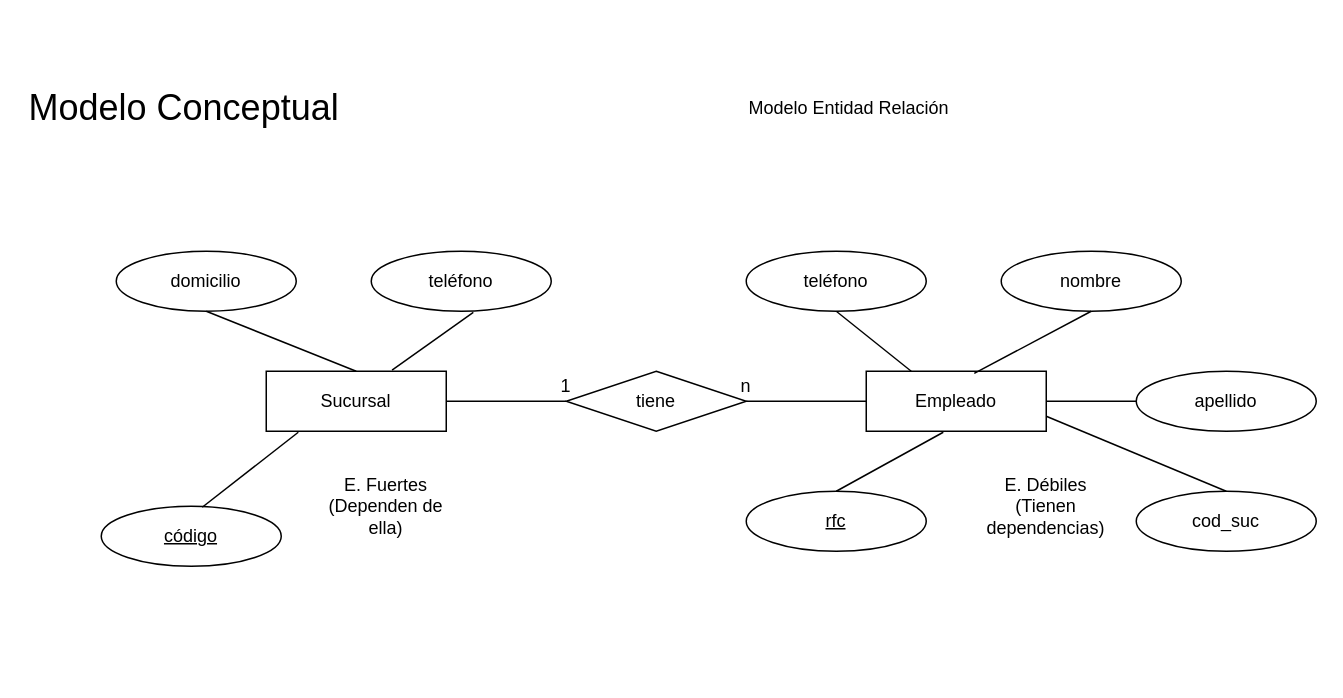
Earlier version of the draw.io diagram M03DB/S02/Editorial-b.drawio (G-Moll/EDC_ZR_SAB_2025_02_22_13HRS). Source tidied: cells renumbered, new cells numbered last; positions are measured from the earlier drawing's top-left corner, leaving out a move shared by most shapes. Both pictures are drawn from the tidied source at 150%, with x=0, y=0 at pixel (26, 86).
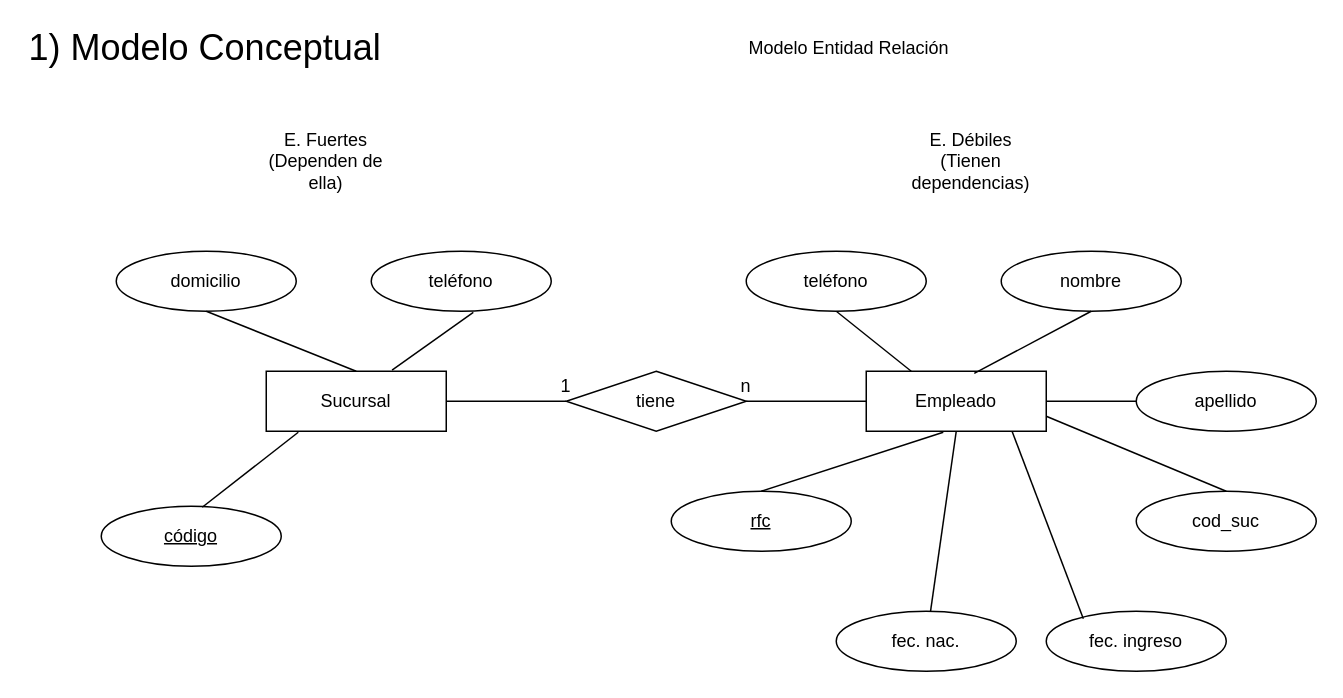
The same diagram, later.

Unchanged cells that the change refers to:
```xml
<mxCell id="10" value="Empleado" style="rounded=0;whiteSpace=wrap;html=1;" parent="1" vertex="1">
  <mxGeometry x="560" y="190" width="120" height="40" as="geometry" />
</mxCell>
```

Change to the diagram source:
```diff
@@
-    <mxCell id="2" value="Modelo Conceptual" style="text;html=1;align=left;verticalAlign=middle;whiteSpace=wrap;rounded=0;fontSize=24;" parent="1" vertex="1">
-      <mxGeometry width="220" height="30" as="geometry" />
+    <mxCell id="2" value="1) Modelo Conceptual" style="text;html=1;align=left;verticalAlign=middle;whiteSpace=wrap;rounded=0;fontSize=24;" parent="1" vertex="1">
+      <mxGeometry y="-40" width="320" height="30" as="geometry" />
     </mxCell>
@@
     <mxCell id="13" value="&lt;u&gt;rfc&lt;/u&gt;" style="ellipse;whiteSpace=wrap;html=1;" parent="1" vertex="1">
-      <mxGeometry x="480" y="270" width="120" height="40" as="geometry" />
+      <mxGeometry x="430" y="270" width="120" height="40" as="geometry" />
     </mxCell>
@@
     <mxCell id="19" value="Modelo Entidad Relación" style="text;html=1;align=left;verticalAlign=middle;whiteSpace=wrap;rounded=0;" parent="1" vertex="1">
-      <mxGeometry x="480" width="190" height="30" as="geometry" />
+      <mxGeometry x="480" y="-40" width="190" height="30" as="geometry" />
     </mxCell>
@@
     <mxCell id="27" value="E. Fuertes (Dependen de ella)" style="text;html=1;align=center;verticalAlign=middle;whiteSpace=wrap;rounded=0;" parent="1" vertex="1">
-      <mxGeometry x="200" y="250" width="80" height="60" as="geometry" />
+      <mxGeometry x="160" y="20" width="80" height="60" as="geometry" />
     </mxCell>
     <mxCell id="28" value="E. Débiles (Tienen dependencias)" style="text;html=1;align=center;verticalAlign=middle;whiteSpace=wrap;rounded=0;" parent="1" vertex="1">
-      <mxGeometry x="640" y="250" width="80" height="60" as="geometry" />
+      <mxGeometry x="590" y="20" width="80" height="60" as="geometry" />
     </mxCell>
+    <mxCell id="29" value="fec. nac." style="ellipse;whiteSpace=wrap;html=1;" parent="1" vertex="1">
+      <mxGeometry x="540" y="350" width="120" height="40" as="geometry" />
+    </mxCell>
+    <mxCell id="30" value="fec. ingreso" style="ellipse;whiteSpace=wrap;html=1;" parent="1" vertex="1">
+      <mxGeometry x="680" y="350" width="120" height="40" as="geometry" />
+    </mxCell>
+    <mxCell id="31" style="endArrow=none;html=1;rounded=0;entryX=0.5;entryY=1;entryDx=0;entryDy=0;" parent="1" edge="1" source="29" target="10">
+      <mxGeometry relative="1" as="geometry" />
+    </mxCell>
+    <mxCell id="32" style="endArrow=none;html=1;rounded=0;entryX=0.811;entryY=1.009;entryDx=0;entryDy=0;entryPerimeter=0;exitX=0.206;exitY=0.124;exitDx=0;exitDy=0;exitPerimeter=0;" parent="1" edge="1" source="30" target="10">
+      <mxGeometry relative="1" as="geometry" />
+    </mxCell>
```
